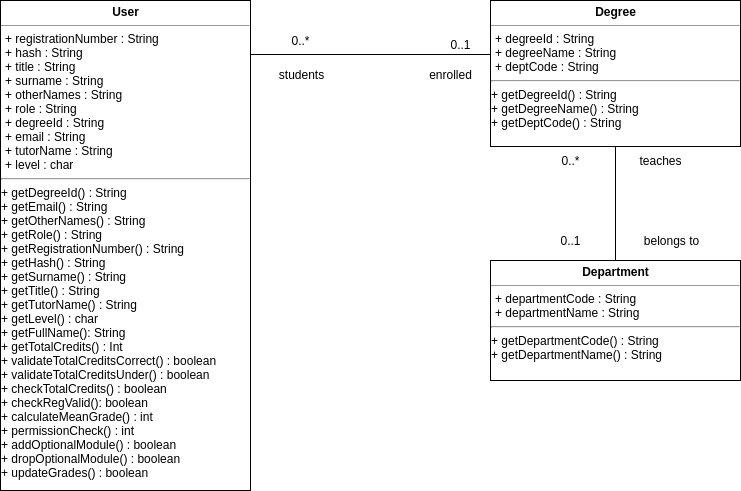
Before: ClassDiagram.png, a diagram exported from draw.io (rthandi/systemsProject). Source tidied: cells renumbered, new cells last; positions are measured from the earlier drawing's top-left corner, leaving out a move shared by most shapes.
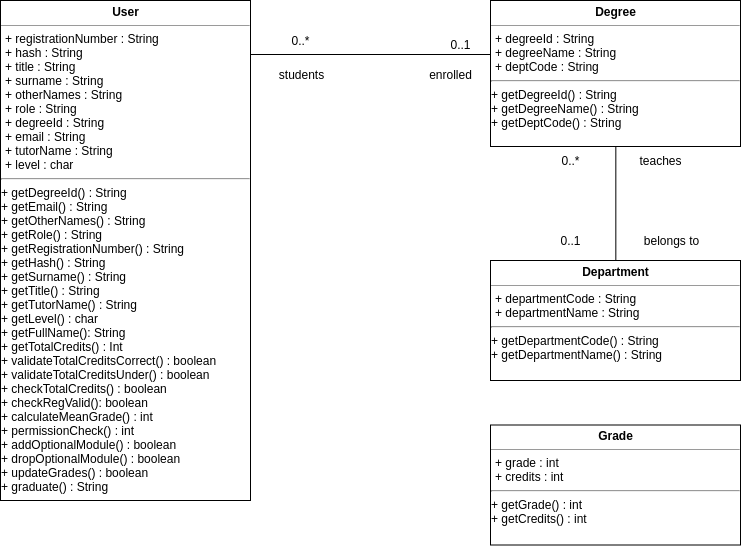
After the commit.

Commit message:
Updated class diagram to include grade diagram

What changed in the source:
```diff
@@ -2,8 +2,8 @@
   <root>
     <mxCell id="0" />
     <mxCell id="1" parent="0" />
-    <mxCell id="2" value="&lt;p style=&quot;margin: 0px ; margin-top: 4px ; text-align: center&quot;&gt;&lt;b&gt;User&lt;/b&gt;&lt;/p&gt;&lt;hr size=&quot;1&quot; style=&quot;text-align: center&quot;&gt;&lt;p style=&quot;text-align: left ; margin: 0px 0px 0px 4px&quot;&gt;+ registrationNumber : String&lt;/p&gt;&lt;p style=&quot;text-align: left ; margin: 0px 0px 0px 4px&quot;&gt;+ hash : String&lt;/p&gt;&lt;p style=&quot;text-align: left ; margin: 0px 0px 0px 4px&quot;&gt;+ title : String&lt;/p&gt;&lt;p style=&quot;text-align: left ; margin: 0px 0px 0px 4px&quot;&gt;+ surname : String&lt;/p&gt;&lt;p style=&quot;text-align: left ; margin: 0px 0px 0px 4px&quot;&gt;+ otherNames : String&lt;/p&gt;&lt;p style=&quot;text-align: left ; margin: 0px 0px 0px 4px&quot;&gt;+ role : String&lt;/p&gt;&lt;p style=&quot;text-align: left ; margin: 0px 0px 0px 4px&quot;&gt;+ degreeId : String&lt;/p&gt;&lt;p style=&quot;text-align: left ; margin: 0px 0px 0px 4px&quot;&gt;+ email : String&lt;/p&gt;&lt;p style=&quot;text-align: left ; margin: 0px 0px 0px 4px&quot;&gt;+ tutorName : String&lt;/p&gt;&lt;p style=&quot;text-align: left ; margin: 0px 0px 0px 4px&quot;&gt;+ level : char&lt;/p&gt;&lt;hr&gt;+&amp;nbsp;&lt;span&gt;getDegreeId&lt;/span&gt;&lt;span&gt;() : String&amp;nbsp;&amp;nbsp;&lt;br&gt;+&amp;nbsp;&lt;/span&gt;&lt;span&gt;getEmail&lt;/span&gt;&lt;span&gt;()&amp;nbsp;&lt;/span&gt;: String&lt;span&gt;&lt;br&gt;+&amp;nbsp;&lt;/span&gt;&lt;span&gt;getOtherNames&lt;/span&gt;&lt;span&gt;()&amp;nbsp;&lt;/span&gt;: String&lt;span&gt;&lt;br&gt;+ g&lt;/span&gt;&lt;span&gt;etRole&lt;/span&gt;&lt;span&gt;()&amp;nbsp;&lt;/span&gt;: String&lt;span&gt;&lt;br&gt;+&amp;nbsp;&lt;/span&gt;&lt;span&gt;getRegistrationNumber&lt;/span&gt;&lt;span&gt;()&amp;nbsp;&lt;/span&gt;: String&lt;span&gt;&lt;br&gt;+&amp;nbsp;&lt;/span&gt;&lt;span&gt;getHash&lt;/span&gt;&lt;span&gt;()&amp;nbsp;&lt;/span&gt;: String&lt;span&gt;&lt;br&gt;&lt;/span&gt;&lt;span&gt;+&amp;nbsp;&lt;/span&gt;&lt;span&gt;getSurname&lt;/span&gt;&lt;span&gt;()&amp;nbsp;&lt;/span&gt;: String&lt;span&gt;&lt;br&gt;&lt;/span&gt;&lt;span&gt;+&amp;nbsp;&lt;/span&gt;&lt;span&gt;getTitle&lt;/span&gt;&lt;span&gt;()&amp;nbsp;&lt;/span&gt;: String&lt;span&gt;&lt;br&gt;&lt;/span&gt;&lt;span&gt;+&amp;nbsp;&lt;/span&gt;&lt;span&gt;getTutorName&lt;/span&gt;&lt;span&gt;()&amp;nbsp;&lt;/span&gt;: String&lt;span&gt;&lt;br&gt;&lt;/span&gt;&lt;span&gt;+&amp;nbsp;&lt;/span&gt;&lt;span&gt;getLevel&lt;/span&gt;&lt;span&gt;()&amp;nbsp;&lt;/span&gt;: char&amp;nbsp;&lt;span&gt;&lt;br&gt;&lt;/span&gt;&lt;span&gt;+&amp;nbsp;&lt;/span&gt;&lt;span&gt;getFullName&lt;/span&gt;&lt;span&gt;()&lt;/span&gt;: String&lt;span&gt;&lt;br&gt;&lt;/span&gt;&lt;span&gt;+&amp;nbsp;&lt;/span&gt;&lt;span&gt;getTotalCredits() : Int&lt;br&gt;&lt;/span&gt;&lt;span&gt;+&amp;nbsp;&lt;/span&gt;&lt;span&gt;validateTotalCreditsCorrect()&amp;nbsp;&lt;/span&gt;: boolean&lt;span&gt;&lt;br&gt;&lt;/span&gt;&lt;span&gt;+&amp;nbsp;&lt;/span&gt;&lt;span&gt;validateTotalCreditsUnder()&amp;nbsp;&lt;/span&gt;: boolean&lt;span&gt;&lt;br&gt;&lt;/span&gt;&lt;span&gt;+&amp;nbsp;&lt;/span&gt;&lt;span&gt;checkTotalCredits()&amp;nbsp;&lt;/span&gt;: boolean&lt;span&gt;&lt;br&gt;&lt;/span&gt;&lt;span&gt;+&amp;nbsp;&lt;/span&gt;&lt;span&gt;checkRegValid()&lt;/span&gt;: boolean&lt;span&gt;&lt;br&gt;&lt;/span&gt;&lt;span&gt;+&amp;nbsp;&lt;/span&gt;&lt;span&gt;calculateMeanGrade()&amp;nbsp;&lt;/span&gt;: int&lt;span&gt;&lt;br&gt;&lt;/span&gt;&lt;span&gt;+&amp;nbsp;&lt;/span&gt;&lt;span&gt;permissionCheck() : int&amp;nbsp;&lt;br&gt;&lt;/span&gt;&lt;span&gt;+&amp;nbsp;&lt;/span&gt;&lt;span&gt;addOptionalModule() : boolean&lt;br&gt;&lt;/span&gt;&lt;span&gt;+&amp;nbsp;&lt;/span&gt;&lt;span&gt;dropOptionalModule() : boolean&lt;br&gt;&lt;/span&gt;&lt;span&gt;+&amp;nbsp;&lt;/span&gt;&lt;span&gt;updateGrades() : boolean&lt;br&gt;&lt;/span&gt;&lt;span&gt;&lt;br&gt;&lt;/span&gt;&lt;span&gt;&lt;br&gt;&lt;/span&gt;" style="verticalAlign=top;align=left;overflow=fill;fontSize=12;fontFamily=Helvetica;html=1;" parent="1" vertex="1">
-      <mxGeometry width="250" height="490" as="geometry" />
+    <mxCell id="2" value="&lt;p style=&quot;margin: 0px ; margin-top: 4px ; text-align: center&quot;&gt;&lt;b&gt;User&lt;/b&gt;&lt;/p&gt;&lt;hr size=&quot;1&quot; style=&quot;text-align: center&quot;&gt;&lt;p style=&quot;text-align: left ; margin: 0px 0px 0px 4px&quot;&gt;+ registrationNumber : String&lt;/p&gt;&lt;p style=&quot;text-align: left ; margin: 0px 0px 0px 4px&quot;&gt;+ hash : String&lt;/p&gt;&lt;p style=&quot;text-align: left ; margin: 0px 0px 0px 4px&quot;&gt;+ title : String&lt;/p&gt;&lt;p style=&quot;text-align: left ; margin: 0px 0px 0px 4px&quot;&gt;+ surname : String&lt;/p&gt;&lt;p style=&quot;text-align: left ; margin: 0px 0px 0px 4px&quot;&gt;+ otherNames : String&lt;/p&gt;&lt;p style=&quot;text-align: left ; margin: 0px 0px 0px 4px&quot;&gt;+ role : String&lt;/p&gt;&lt;p style=&quot;text-align: left ; margin: 0px 0px 0px 4px&quot;&gt;+ degreeId : String&lt;/p&gt;&lt;p style=&quot;text-align: left ; margin: 0px 0px 0px 4px&quot;&gt;+ email : String&lt;/p&gt;&lt;p style=&quot;text-align: left ; margin: 0px 0px 0px 4px&quot;&gt;+ tutorName : String&lt;/p&gt;&lt;p style=&quot;text-align: left ; margin: 0px 0px 0px 4px&quot;&gt;+ level : char&lt;/p&gt;&lt;hr&gt;+&amp;nbsp;&lt;span&gt;getDegreeId&lt;/span&gt;&lt;span&gt;() : String&amp;nbsp;&amp;nbsp;&lt;br&gt;+&amp;nbsp;&lt;/span&gt;&lt;span&gt;getEmail&lt;/span&gt;&lt;span&gt;()&amp;nbsp;&lt;/span&gt;: String&lt;span&gt;&lt;br&gt;+&amp;nbsp;&lt;/span&gt;&lt;span&gt;getOtherNames&lt;/span&gt;&lt;span&gt;()&amp;nbsp;&lt;/span&gt;: String&lt;span&gt;&lt;br&gt;+ g&lt;/span&gt;&lt;span&gt;etRole&lt;/span&gt;&lt;span&gt;()&amp;nbsp;&lt;/span&gt;: String&lt;span&gt;&lt;br&gt;+&amp;nbsp;&lt;/span&gt;&lt;span&gt;getRegistrationNumber&lt;/span&gt;&lt;span&gt;()&amp;nbsp;&lt;/span&gt;: String&lt;span&gt;&lt;br&gt;+&amp;nbsp;&lt;/span&gt;&lt;span&gt;getHash&lt;/span&gt;&lt;span&gt;()&amp;nbsp;&lt;/span&gt;: String&lt;span&gt;&lt;br&gt;&lt;/span&gt;&lt;span&gt;+&amp;nbsp;&lt;/span&gt;&lt;span&gt;getSurname&lt;/span&gt;&lt;span&gt;()&amp;nbsp;&lt;/span&gt;: String&lt;span&gt;&lt;br&gt;&lt;/span&gt;&lt;span&gt;+&amp;nbsp;&lt;/span&gt;&lt;span&gt;getTitle&lt;/span&gt;&lt;span&gt;()&amp;nbsp;&lt;/span&gt;: String&lt;span&gt;&lt;br&gt;&lt;/span&gt;&lt;span&gt;+&amp;nbsp;&lt;/span&gt;&lt;span&gt;getTutorName&lt;/span&gt;&lt;span&gt;()&amp;nbsp;&lt;/span&gt;: String&lt;span&gt;&lt;br&gt;&lt;/span&gt;&lt;span&gt;+&amp;nbsp;&lt;/span&gt;&lt;span&gt;getLevel&lt;/span&gt;&lt;span&gt;()&amp;nbsp;&lt;/span&gt;: char&amp;nbsp;&lt;span&gt;&lt;br&gt;&lt;/span&gt;&lt;span&gt;+&amp;nbsp;&lt;/span&gt;&lt;span&gt;getFullName&lt;/span&gt;&lt;span&gt;()&lt;/span&gt;: String&lt;span&gt;&lt;br&gt;&lt;/span&gt;&lt;span&gt;+&amp;nbsp;&lt;/span&gt;&lt;span&gt;getTotalCredits() : Int&lt;br&gt;&lt;/span&gt;&lt;span&gt;+&amp;nbsp;&lt;/span&gt;&lt;span&gt;validateTotalCreditsCorrect()&amp;nbsp;&lt;/span&gt;: boolean&lt;span&gt;&lt;br&gt;&lt;/span&gt;&lt;span&gt;+&amp;nbsp;&lt;/span&gt;&lt;span&gt;validateTotalCreditsUnder()&amp;nbsp;&lt;/span&gt;: boolean&lt;span&gt;&lt;br&gt;&lt;/span&gt;&lt;span&gt;+&amp;nbsp;&lt;/span&gt;&lt;span&gt;checkTotalCredits()&amp;nbsp;&lt;/span&gt;: boolean&lt;span&gt;&lt;br&gt;&lt;/span&gt;&lt;span&gt;+&amp;nbsp;&lt;/span&gt;&lt;span&gt;checkRegValid()&lt;/span&gt;: boolean&lt;span&gt;&lt;br&gt;&lt;/span&gt;&lt;span&gt;+&amp;nbsp;&lt;/span&gt;&lt;span&gt;calculateMeanGrade()&amp;nbsp;&lt;/span&gt;: int&lt;span&gt;&lt;br&gt;&lt;/span&gt;&lt;span&gt;+&amp;nbsp;&lt;/span&gt;&lt;span&gt;permissionCheck() : int&amp;nbsp;&lt;br&gt;&lt;/span&gt;&lt;span&gt;+&amp;nbsp;&lt;/span&gt;&lt;span&gt;addOptionalModule() : boolean&lt;br&gt;&lt;/span&gt;&lt;span&gt;+&amp;nbsp;&lt;/span&gt;&lt;span&gt;dropOptionalModule() : boolean&lt;br&gt;&lt;/span&gt;&lt;span&gt;+&amp;nbsp;&lt;/span&gt;&lt;span&gt;updateGrades() : boolean&lt;br&gt;+ graduate() : String&lt;br&gt;&lt;/span&gt;&lt;span&gt;&lt;br&gt;&lt;/span&gt;&lt;span&gt;&lt;br&gt;&lt;/span&gt;" style="verticalAlign=top;align=left;overflow=fill;fontSize=12;fontFamily=Helvetica;html=1;" parent="1" vertex="1">
+      <mxGeometry width="250" height="500" as="geometry" />
     </mxCell>
     <mxCell id="3" value="&lt;p style=&quot;margin: 0px ; margin-top: 4px ; text-align: center&quot;&gt;&lt;b&gt;Degree&lt;/b&gt;&lt;/p&gt;&lt;hr size=&quot;1&quot; style=&quot;text-align: center&quot;&gt;&lt;p style=&quot;text-align: left ; margin: 0px 0px 0px 4px&quot;&gt;+ degreeId : String&lt;/p&gt;&lt;p style=&quot;text-align: left ; margin: 0px 0px 0px 4px&quot;&gt;+ degreeName : String&lt;/p&gt;&lt;p style=&quot;text-align: left ; margin: 0px 0px 0px 4px&quot;&gt;+ deptCode : String&lt;/p&gt;&lt;hr&gt;&lt;p style=&quot;text-align: left ; margin: 0px 0px 0px 4px&quot;&gt;&lt;/p&gt;+&amp;nbsp;&lt;span&gt;getDegreeId&lt;/span&gt;&lt;span&gt;() : String&amp;nbsp;&amp;nbsp;&lt;br&gt;+&amp;nbsp;&lt;/span&gt;&lt;span&gt;getDegreeName&lt;/span&gt;&lt;span&gt;()&amp;nbsp;&lt;/span&gt;: String&lt;span&gt;&lt;br&gt;+&amp;nbsp;&lt;/span&gt;&lt;span&gt;getDeptCode&lt;/span&gt;&lt;span&gt;()&amp;nbsp;&lt;/span&gt;: String&lt;span&gt;&lt;br&gt;&lt;/span&gt;&lt;span&gt;&lt;br&gt;&lt;/span&gt;" style="verticalAlign=top;align=left;overflow=fill;fontSize=12;fontFamily=Helvetica;html=1;" parent="1" vertex="1">
       <mxGeometry x="490" width="250" height="146" as="geometry" />
@@ -57,5 +57,8 @@
         <mxGeometry x="630" y="230" width="80" height="20" as="geometry" />
       </mxCell>
     </object>
+    <mxCell id="15" value="&lt;p style=&quot;margin: 0px ; margin-top: 4px ; text-align: center&quot;&gt;&lt;b&gt;Grade&lt;/b&gt;&lt;/p&gt;&lt;hr size=&quot;1&quot; style=&quot;text-align: center&quot;&gt;&lt;p style=&quot;text-align: left ; margin: 0px 0px 0px 4px&quot;&gt;+ grade : int&lt;/p&gt;&lt;p style=&quot;text-align: left ; margin: 0px 0px 0px 4px&quot;&gt;+ credits : int&lt;/p&gt;&lt;hr&gt;&lt;p style=&quot;text-align: left ; margin: 0px 0px 0px 4px&quot;&gt;&lt;/p&gt;+ getGrade&lt;span&gt;() : int&amp;nbsp;&amp;nbsp;&lt;br&gt;+ getCredits&lt;/span&gt;&lt;span&gt;(&lt;/span&gt;&lt;span&gt;)&amp;nbsp;&lt;/span&gt;: int&lt;span&gt;&lt;br&gt;&lt;/span&gt;&lt;span&gt;&lt;br&gt;&lt;/span&gt;" style="verticalAlign=top;align=left;overflow=fill;fontSize=12;fontFamily=Helvetica;html=1;" parent="1" vertex="1">
+      <mxGeometry x="490" y="424.5" width="250" height="120" as="geometry" />
+    </mxCell>
   </root>
 </mxGraphModel>
```
